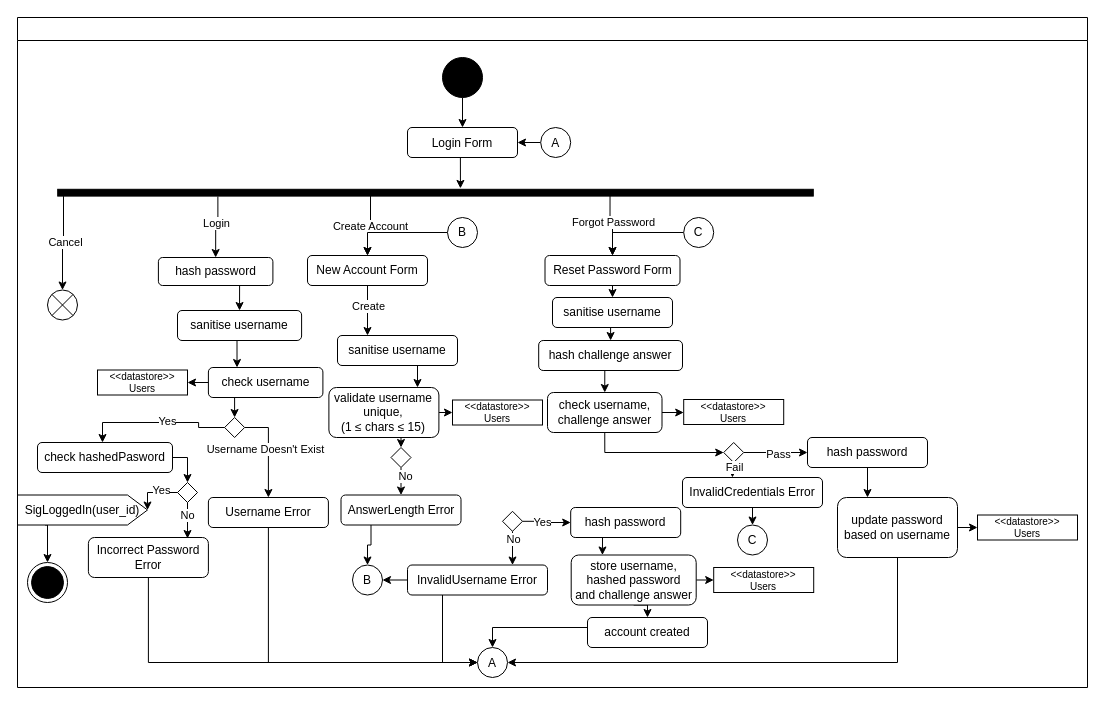
Earlier version of the draw.io diagram Documentation/images/design/Login_System.drawio (JCSnelson/JSnelson-NEA). Source tidied: cells renumbered, new cells numbered last; positions are measured from the earlier drawing's top-left corner, leaving out a move shared by most shapes. Both pictures are drawn from the tidied source at 100%, with x=0, y=0 at pixel (17, -186).
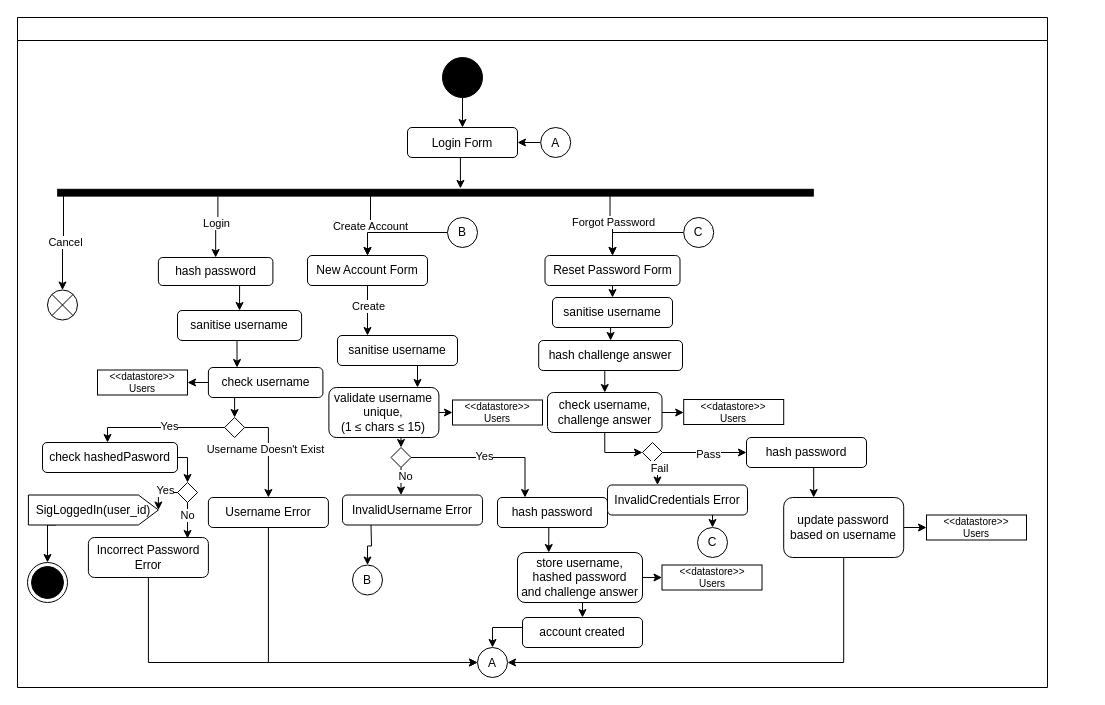
The same page after the edit.

The change refers to these unchanged cells:
```xml
<mxCell id="24" style="rhombus;whiteSpace=wrap;html=1;" parent="2" vertex="1">
  <mxGeometry x="207.1" y="400" width="20" height="20" as="geometry" />
</mxCell>
<mxCell id="28" value="A" style="ellipse;" parent="2" vertex="1">
  <mxGeometry x="460" y="630" width="30" height="30" as="geometry" />
</mxCell>
<mxCell id="61" style="rhombus;whiteSpace=wrap;html=1;" parent="2" vertex="1">
  <mxGeometry x="373.5" y="430" width="20" height="20" as="geometry" />
</mxCell>
<mxCell id="76" value="B" style="ellipse;whiteSpace=wrap;html=1;" parent="2" vertex="1">
  <mxGeometry x="335" y="547.5" width="30" height="30" as="geometry" />
</mxCell>
```

What changed in the source:
```diff
@@
     <mxCell id="2" style="swimlane;whiteSpace=wrap;" parent="1" vertex="1">
-      <mxGeometry y="203" width="1070" height="670" as="geometry" />
+      <mxGeometry y="203" width="1030" height="670" as="geometry" />
     </mxCell>
@@
     <mxCell id="38" value="&lt;div style=&quot;font-size: 10px;&quot;&gt;&lt;font style=&quot;font-size: 10px;&quot;&gt;&amp;lt;&amp;lt;datastore&amp;gt;&amp;gt;&lt;/font&gt;&lt;/div&gt;&lt;div style=&quot;font-size: 10px;&quot;&gt;&lt;font style=&quot;font-size: 10px;&quot;&gt;Users&lt;br&gt;&lt;/font&gt;&lt;/div&gt;" style="rounded=0;whiteSpace=wrap;html=1;" parent="2" vertex="1">
-      <mxGeometry x="696.2" y="550" width="100" height="25" as="geometry" />
+      <mxGeometry x="644.5" y="547.5" width="100" height="25" as="geometry" />
     </mxCell>
-    <mxCell id="39" style="edgeStyle=orthogonalEdgeStyle;rounded=0;jettySize=auto;html=1;exitX=1;exitY=0.5;exitDx=0;exitDy=0;entryX=0;entryY=0.5;entryDx=0;entryDy=0;" parent="2" edge="1" source="43" target="49">
-      <mxGeometry relative="1" as="geometry" />
-    </mxCell>
-    <mxCell id="40" value="Yes" style="edgeLabel;html=1;align=center;verticalAlign=middle;" parent="39" vertex="1">
-      <mxGeometry x="-0.23" y="-1" relative="1" as="geometry" />
-    </mxCell>
-    <mxCell id="41" style="edgeStyle=orthogonalEdgeStyle;rounded=0;jettySize=auto;html=1;exitX=0.5;exitY=1;exitDx=0;exitDy=0;entryX=0.75;entryY=0;entryDx=0;entryDy=0;" parent="2" edge="1" source="43" target="46">
-      <mxGeometry relative="1" as="geometry" />
-    </mxCell>
-    <mxCell id="42" value="No" style="edgeLabel;html=1;align=center;verticalAlign=middle;" parent="41" vertex="1">
-      <mxGeometry x="-0.57" relative="1" as="geometry">
-        <mxPoint y="1" as="offset" />
-      </mxGeometry>
-    </mxCell>
-    <mxCell id="43" style="rhombus;whiteSpace=wrap;html=1;" parent="2" vertex="1">
-      <mxGeometry x="485" y="493.8" width="20" height="20" as="geometry" />
-    </mxCell>
-    <mxCell id="44" style="edgeStyle=orthogonalEdgeStyle;rounded=0;jettySize=auto;html=1;exitX=0.25;exitY=1;exitDx=0;exitDy=0;entryX=0;entryY=0.5;entryDx=0;entryDy=0;" parent="2" edge="1" source="46" target="28">
-      <mxGeometry relative="1" as="geometry" />
-    </mxCell>
-    <mxCell id="45" style="edgeStyle=orthogonalEdgeStyle;rounded=0;jettySize=auto;html=1;exitX=0;exitY=0.5;exitDx=0;exitDy=0;entryX=1;entryY=0.5;entryDx=0;entryDy=0;" parent="2" edge="1" source="46" target="76">
-      <mxGeometry relative="1" as="geometry" />
-    </mxCell>
     <mxCell id="46" value="InvalidUsername Error" style="rounded=1;whiteSpace=wrap;html=1;" parent="2" vertex="1">
-      <mxGeometry x="390" y="547.5" width="140" height="30" as="geometry" />
+      <mxGeometry x="325" y="477.5" width="140" height="30" as="geometry" />
     </mxCell>
@@
     <mxCell id="49" value="hash password" style="rounded=1;whiteSpace=wrap;html=1;" parent="2" vertex="1">
-      <mxGeometry x="553.2" y="490" width="110" height="30" as="geometry" />
+      <mxGeometry x="480" y="480" width="110" height="30" as="geometry" />
     </mxCell>
@@
     <mxCell id="52" value="&lt;div&gt;store username, hashed password&lt;/div&gt;&lt;div&gt;and challenge answer&lt;br&gt;&lt;/div&gt;" style="rounded=1;whiteSpace=wrap;html=1;" parent="2" vertex="1">
-      <mxGeometry x="553.7" y="537.5" width="125" height="50" as="geometry" />
+      <mxGeometry x="500" y="535" width="125" height="50" as="geometry" />
     </mxCell>
@@
     <mxCell id="55" value="account created" style="rounded=1;whiteSpace=wrap;html=1;" parent="2" vertex="1">
-      <mxGeometry x="570" y="600" width="120" height="30" as="geometry" />
+      <mxGeometry x="505" y="600" width="120" height="30" as="geometry" />
     </mxCell>
@@
-    <mxCell id="59" style="edgeStyle=orthogonalEdgeStyle;rounded=0;jettySize=auto;html=1;exitX=0.5;exitY=1;exitDx=0;exitDy=0;entryX=0.5;entryY=0;entryDx=0;entryDy=0;" parent="2" edge="1" source="61" target="63">
-      <mxGeometry relative="1" as="geometry" />
+    <mxCell id="59" style="edgeStyle=orthogonalEdgeStyle;rounded=0;jettySize=auto;html=1;exitX=0.5;exitY=1;exitDx=0;exitDy=0;entryX=0.5;entryY=0;entryDx=0;entryDy=0;" parent="2" edge="1" source="61">
+      <mxGeometry relative="1" as="geometry">
+        <mxPoint x="383.5" y="477.5" as="targetPoint" />
+      </mxGeometry>
     </mxCell>
@@
+    <mxCell id="107" style="edgeStyle=orthogonalEdgeStyle;rounded=0;jettySize=auto;html=1;exitX=1;exitY=0.5;exitDx=0;exitDy=0;entryX=0.25;entryY=0;entryDx=0;entryDy=0;" parent="2" edge="1" source="61" target="49">
+      <mxGeometry relative="1" as="geometry" />
+    </mxCell>
+    <mxCell id="40" value="Yes" style="edgeLabel;html=1;align=center;verticalAlign=middle;" parent="107" vertex="1">
+      <mxGeometry x="-0.07" y="2" relative="1" as="geometry">
+        <mxPoint x="1" as="offset" />
+      </mxGeometry>
+    </mxCell>
@@
-    <mxCell id="62" style="edgeStyle=orthogonalEdgeStyle;rounded=0;jettySize=auto;html=1;exitX=0.25;exitY=1;exitDx=0;exitDy=0;entryX=0.5;entryY=0;entryDx=0;entryDy=0;" parent="2" edge="1" source="63" target="76">
-      <mxGeometry relative="1" as="geometry" />
+    <mxCell id="62" style="edgeStyle=orthogonalEdgeStyle;rounded=0;jettySize=auto;html=1;exitX=0.25;exitY=1;exitDx=0;exitDy=0;entryX=0.5;entryY=0;entryDx=0;entryDy=0;" parent="2" edge="1" target="76">
+      <mxGeometry relative="1" as="geometry">
+        <mxPoint x="353.5" y="507.5" as="sourcePoint" />
+      </mxGeometry>
     </mxCell>
-    <mxCell id="63" value="AnswerLength Error" style="rounded=1;whiteSpace=wrap;html=1;" parent="2" vertex="1">
-      <mxGeometry x="323.5" y="477.5" width="120" height="30" as="geometry" />
-    </mxCell>
@@
     <mxCell id="65" value="SigLoggedIn(user_id)" style="html=1;shape=mxgraph.infographic.ribbonSimple;notch1=0;notch2=20;align=center;verticalAlign=middle;fontSize=12;fontStyle=0;fillColor=#FFFFFF;whiteSpace=wrap;" parent="2" vertex="1">
-      <mxGeometry y="477.5" width="130" height="30" as="geometry" />
+      <mxGeometry x="10.9" y="477.5" width="130" height="30" as="geometry" />
     </mxCell>
@@
     <mxCell id="75" style="rhombus;whiteSpace=wrap;html=1;" parent="2" vertex="1">
-      <mxGeometry x="706.2" y="425" width="20" height="20" as="geometry" />
+      <mxGeometry x="625" y="425" width="20" height="20" as="geometry" />
     </mxCell>
@@
     <mxCell id="78" value="hash password" style="rounded=1;whiteSpace=wrap;html=1;" parent="2" vertex="1">
-      <mxGeometry x="790" y="420" width="120" height="30" as="geometry" />
+      <mxGeometry x="729" y="420" width="120" height="30" as="geometry" />
     </mxCell>
-    <mxCell id="79" style="edgeStyle=orthogonalEdgeStyle;rounded=0;jettySize=auto;html=1;exitX=0.5;exitY=1;exitDx=0;exitDy=0;entryX=0.5;entryY=0;entryDx=0;entryDy=0;" parent="2" edge="1" source="80" target="81">
+    <mxCell id="79" style="edgeStyle=orthogonalEdgeStyle;rounded=0;jettySize=auto;html=1;exitX=0.75;exitY=1;exitDx=0;exitDy=0;entryX=0.5;entryY=0;entryDx=0;entryDy=0;" parent="2" edge="1" source="80" target="81">
       <mxGeometry relative="1" as="geometry" />
     </mxCell>
     <mxCell id="80" value="InvalidCredentials Error" style="rounded=1;whiteSpace=wrap;html=1;" parent="2" vertex="1">
-      <mxGeometry x="665" y="460" width="140" height="30" as="geometry" />
+      <mxGeometry x="590" y="467.5" width="140" height="30" as="geometry" />
     </mxCell>
     <mxCell id="81" value="C" style="ellipse;whiteSpace=wrap;html=1;" parent="2" vertex="1">
-      <mxGeometry x="720" y="507.5" width="30" height="30" as="geometry" />
+      <mxGeometry x="680" y="510" width="30" height="30" as="geometry" />
     </mxCell>
@@
     <mxCell id="91" value="update password based on username" style="rounded=1;whiteSpace=wrap;html=1;" parent="2" vertex="1">
-      <mxGeometry x="820" y="480" width="120" height="60" as="geometry" />
+      <mxGeometry x="766.2" y="480" width="120" height="60" as="geometry" />
     </mxCell>
@@
     <mxCell id="94" style="edgeStyle=orthogonalEdgeStyle;rounded=0;jettySize=auto;html=1;exitX=0;exitY=0.5;exitDx=0;exitDy=0;entryX=0;entryY=0;entryDx=65;entryDy=0;entryPerimeter=0;" parent="2" edge="1" source="24" target="97">
-      <mxGeometry relative="1" as="geometry" />
+      <mxGeometry relative="1" as="geometry">
+        <Array as="points">
+          <mxPoint x="90" y="410" />
+        </Array>
+      </mxGeometry>
     </mxCell>
@@
     <mxCell id="97" value="check hashedPasword" style="rounded=1;whiteSpace=wrap;html=1;" parent="2" vertex="1">
-      <mxGeometry x="20" y="425" width="135" height="30" as="geometry" />
+      <mxGeometry x="25" y="425" width="135" height="30" as="geometry" />
     </mxCell>
@@
     <mxCell id="103" value="&lt;div style=&quot;font-size: 10px;&quot;&gt;&lt;font style=&quot;font-size: 10px;&quot;&gt;&amp;lt;&amp;lt;datastore&amp;gt;&amp;gt;&lt;/font&gt;&lt;/div&gt;&lt;div style=&quot;font-size: 10px;&quot;&gt;&lt;font style=&quot;font-size: 10px;&quot;&gt;Users&lt;br&gt;&lt;/font&gt;&lt;/div&gt;" style="rounded=0;whiteSpace=wrap;html=1;" parent="2" vertex="1">
-      <mxGeometry x="960" y="497.5" width="100" height="25" as="geometry" />
+      <mxGeometry x="909" y="497.5" width="100" height="25" as="geometry" />
     </mxCell>
```
